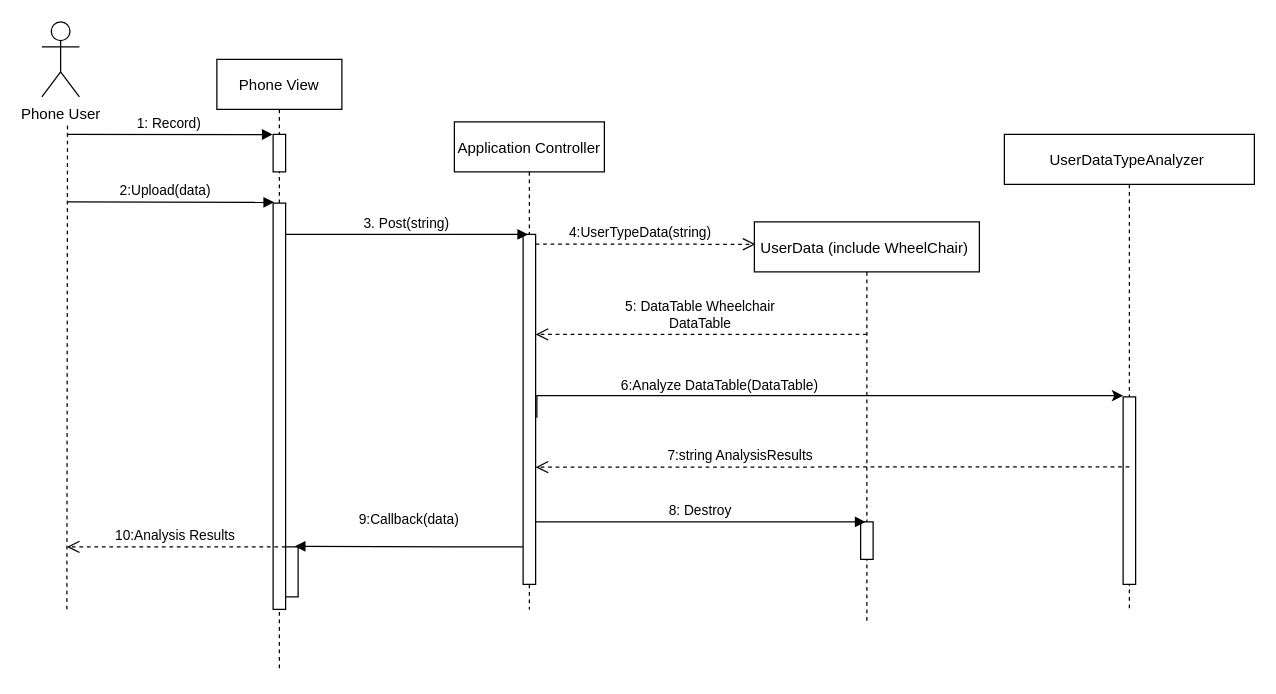
HrangK/Software keeps this draw.io diagram as Untitled Diagram.drawio. Above is the earlier version. Source tidied: cells renumbered, new cells numbered last; positions are measured from the earlier drawing's top-left corner, leaving out a move shared by most shapes. Both pictures are drawn from the tidied source at 125%, with x=0, y=0 at pixel (41, 21).
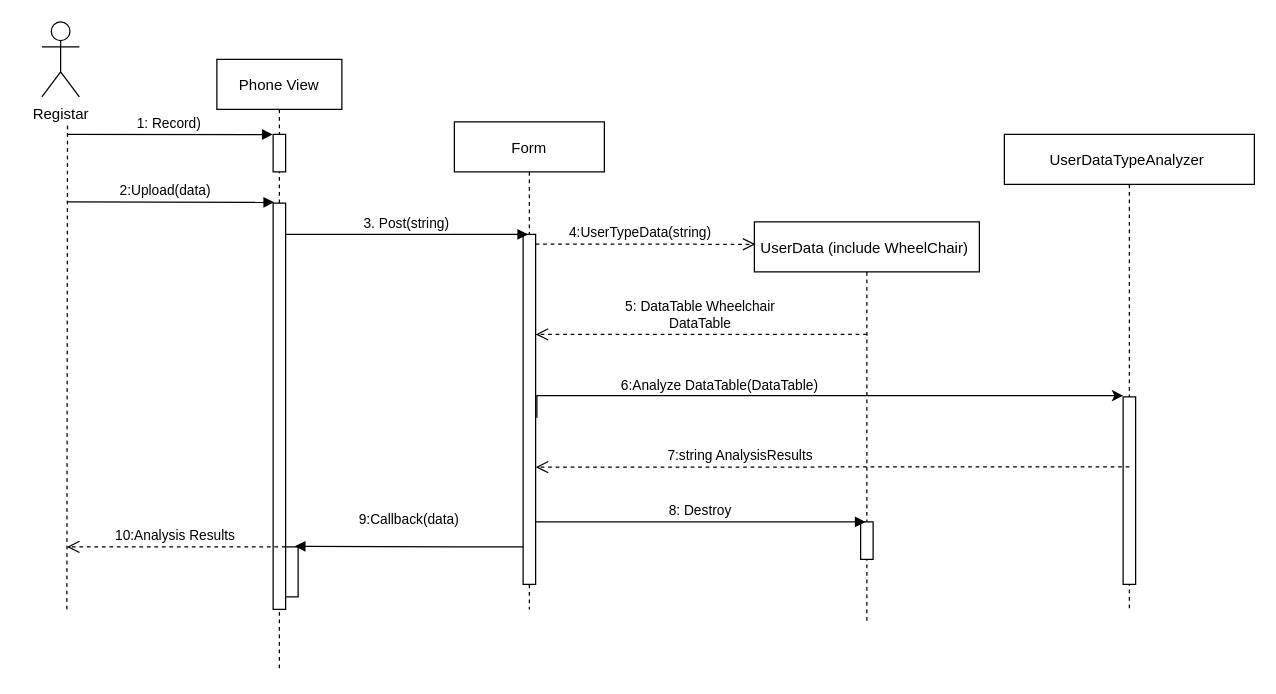
The same page after the edit.

Commit message:
Course Diagram

The edit, as a diff of the source:
```diff
@@
-    <mxCell id="6" value="Application Controller" style="shape=umlLifeline;perimeter=lifelinePerimeter;rounded=0;shadow=0;strokeWidth=1;size=40;" parent="1" vertex="1">
+    <mxCell id="6" value="Form" style="shape=umlLifeline;perimeter=lifelinePerimeter;rounded=0;shadow=0;strokeWidth=1;size=40;" parent="1" vertex="1">
       <mxGeometry x="330" y="80" width="120" height="390" as="geometry" />
     </mxCell>
@@
-    <mxCell id="9" value="Phone User&lt;br&gt;" style="shape=umlActor;verticalLabelPosition=bottom;verticalAlign=top;html=1;" parent="1" vertex="1">
+    <mxCell id="9" value="Registar" style="shape=umlActor;verticalLabelPosition=bottom;verticalAlign=top;html=1;" parent="1" vertex="1">
       <mxGeometry width="30" height="60" as="geometry" />
     </mxCell>
```
